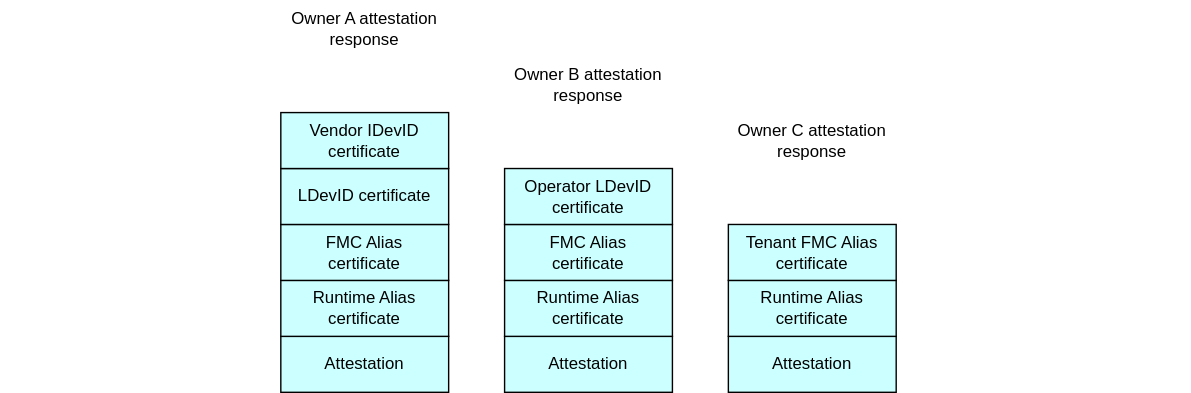
Earlier version of the draw.io export specifications/device-trust-anchor-management/diagrams/anchor_point_selection.drawio.svg (opencomputeproject/Security). Source tidied: cells renumbered, new cells last; positions are measured from the earlier drawing's top-left corner, leaving out a move shared by most shapes. Source of this version:
```xml
<mxGraphModel background="#ffffff">
  <root>
    <mxCell id="0" />
    <mxCell id="1" parent="0" />
    <mxCell id="2" style="rounded=0;whiteSpace=wrap;html=1;align=center;verticalAlign=middle;shadow=0;glass=0;spacingLeft=0;spacingBottom=0;spacingTop=0;fillColor=#FFFFFF;fontSize=10;strokeColor=#FFFFFF;" parent="1" vertex="1">
      <mxGeometry y="30" width="90" height="20" as="geometry" />
    </mxCell>
    <mxCell id="3" style="rounded=0;whiteSpace=wrap;html=1;align=center;verticalAlign=middle;shadow=0;glass=0;spacingLeft=0;spacingBottom=0;spacingTop=0;fillColor=#FFFFFF;fontSize=10;strokeColor=#FFFFFF;" parent="1" vertex="1">
      <mxGeometry x="760" y="30" width="90" height="20" as="geometry" />
    </mxCell>
    <mxCell id="4" value="&lt;div&gt;&lt;font color=&quot;#000000&quot;&gt;Owner C attestation response&lt;/font&gt;&lt;/div&gt;" style="rounded=0;whiteSpace=wrap;html=1;align=center;verticalAlign=middle;shadow=0;glass=0;spacingLeft=0;spacingBottom=0;spacingTop=0;fillColor=none;strokeColor=none;" parent="1" vertex="1">
      <mxGeometry x="520" y="80" width="120" height="40" as="geometry" />
    </mxCell>
    <mxCell id="5" value="&lt;div&gt;&lt;font color=&quot;#000000&quot;&gt;Attestation&lt;/font&gt;&lt;/div&gt;" style="rounded=0;whiteSpace=wrap;html=1;align=center;verticalAlign=middle;shadow=0;glass=0;spacingLeft=0;spacingBottom=0;spacingTop=0;fillColor=#CCFFFF;" parent="1" vertex="1">
      <mxGeometry x="520" y="240" width="120" height="40" as="geometry" />
    </mxCell>
    <mxCell id="6" value="&lt;div&gt;&lt;font color=&quot;#000000&quot;&gt;Runtime Alias&lt;/font&gt;&lt;/div&gt;&lt;div&gt;&lt;font color=&quot;#000000&quot;&gt;certificate&lt;/font&gt;&lt;/div&gt;" style="rounded=0;whiteSpace=wrap;html=1;align=center;verticalAlign=middle;shadow=0;glass=0;spacingLeft=0;spacingBottom=0;spacingTop=0;fillColor=#CCFFFF;" parent="1" vertex="1">
      <mxGeometry x="520" y="200" width="120" height="40" as="geometry" />
    </mxCell>
    <mxCell id="7" value="&lt;div&gt;&lt;font color=&quot;#000000&quot;&gt;Tenant FMC Alias&lt;/font&gt;&lt;/div&gt;&lt;div&gt;certificate&lt;/div&gt;" style="rounded=0;whiteSpace=wrap;html=1;align=center;verticalAlign=middle;shadow=0;glass=0;spacingLeft=0;spacingBottom=0;spacingTop=0;fillColor=#CCFFFF;" parent="1" vertex="1">
      <mxGeometry x="520" y="160" width="120" height="40" as="geometry" />
    </mxCell>
    <mxCell id="8" value="&lt;div&gt;&lt;font color=&quot;#000000&quot;&gt;Owner B attestation response&lt;/font&gt;&lt;/div&gt;" style="rounded=0;whiteSpace=wrap;html=1;align=center;verticalAlign=middle;shadow=0;glass=0;spacingLeft=0;spacingBottom=0;spacingTop=0;fillColor=none;strokeColor=none;" parent="1" vertex="1">
      <mxGeometry x="360" y="40" width="120" height="40" as="geometry" />
    </mxCell>
    <mxCell id="9" value="&lt;div&gt;&lt;font color=&quot;#000000&quot;&gt;Attestation&lt;/font&gt;&lt;/div&gt;" style="rounded=0;whiteSpace=wrap;html=1;align=center;verticalAlign=middle;shadow=0;glass=0;spacingLeft=0;spacingBottom=0;spacingTop=0;fillColor=#CCFFFF;" parent="1" vertex="1">
      <mxGeometry x="360" y="240" width="120" height="40" as="geometry" />
    </mxCell>
    <mxCell id="10" value="&lt;div&gt;&lt;font color=&quot;#000000&quot;&gt;Runtime Alias&lt;/font&gt;&lt;/div&gt;&lt;div&gt;&lt;font color=&quot;#000000&quot;&gt;certificate&lt;/font&gt;&lt;/div&gt;" style="rounded=0;whiteSpace=wrap;html=1;align=center;verticalAlign=middle;shadow=0;glass=0;spacingLeft=0;spacingBottom=0;spacingTop=0;fillColor=#CCFFFF;" parent="1" vertex="1">
      <mxGeometry x="360" y="200" width="120" height="40" as="geometry" />
    </mxCell>
    <mxCell id="11" value="&lt;div&gt;&lt;font color=&quot;#000000&quot;&gt;FMC Alias&lt;/font&gt;&lt;/div&gt;&lt;div&gt;&lt;font color=&quot;#000000&quot;&gt;certificate&lt;/font&gt;&lt;/div&gt;" style="rounded=0;whiteSpace=wrap;html=1;align=center;verticalAlign=middle;shadow=0;glass=0;spacingLeft=0;spacingBottom=0;spacingTop=0;fillColor=#CCFFFF;" parent="1" vertex="1">
      <mxGeometry x="360" y="160" width="120" height="40" as="geometry" />
    </mxCell>
    <mxCell id="12" value="&lt;div&gt;&lt;font color=&quot;#000000&quot;&gt;Operator LDevID certificate&lt;/font&gt;&lt;/div&gt;" style="rounded=0;whiteSpace=wrap;html=1;align=center;verticalAlign=middle;shadow=0;glass=0;spacingLeft=0;spacingBottom=0;spacingTop=0;fillColor=#CCFFFF;" parent="1" vertex="1">
      <mxGeometry x="360" y="120" width="120" height="40" as="geometry" />
    </mxCell>
    <mxCell id="13" value="&lt;div&gt;&lt;font color=&quot;#000000&quot;&gt;Attestation&lt;/font&gt;&lt;/div&gt;" style="rounded=0;whiteSpace=wrap;html=1;align=center;verticalAlign=middle;shadow=0;glass=0;spacingLeft=0;spacingBottom=0;spacingTop=0;fillColor=#CCFFFF;" parent="1" vertex="1">
      <mxGeometry x="200" y="240" width="120" height="40" as="geometry" />
    </mxCell>
    <mxCell id="14" value="&lt;div&gt;&lt;font color=&quot;#000000&quot;&gt;Runtime Alias&lt;/font&gt;&lt;/div&gt;&lt;div&gt;&lt;font color=&quot;#000000&quot;&gt;certificate&lt;/font&gt;&lt;/div&gt;" style="rounded=0;whiteSpace=wrap;html=1;align=center;verticalAlign=middle;shadow=0;glass=0;spacingLeft=0;spacingBottom=0;spacingTop=0;fillColor=#CCFFFF;" parent="1" vertex="1">
      <mxGeometry x="200" y="200" width="120" height="40" as="geometry" />
    </mxCell>
    <mxCell id="15" value="&lt;div&gt;&lt;font color=&quot;#000000&quot;&gt;FMC Alias&lt;/font&gt;&lt;/div&gt;&lt;div&gt;&lt;font color=&quot;#000000&quot;&gt;certificate&lt;/font&gt;&lt;/div&gt;" style="rounded=0;whiteSpace=wrap;html=1;align=center;verticalAlign=middle;shadow=0;glass=0;spacingLeft=0;spacingBottom=0;spacingTop=0;fillColor=#CCFFFF;" parent="1" vertex="1">
      <mxGeometry x="200" y="160" width="120" height="40" as="geometry" />
    </mxCell>
    <mxCell id="16" value="&lt;div&gt;&lt;font color=&quot;#000000&quot;&gt;LDevID certificate&lt;/font&gt;&lt;/div&gt;" style="rounded=0;whiteSpace=wrap;html=1;align=center;verticalAlign=middle;shadow=0;glass=0;spacingLeft=0;spacingBottom=0;spacingTop=0;fillColor=#CCFFFF;" parent="1" vertex="1">
      <mxGeometry x="200" y="120" width="120" height="40" as="geometry" />
    </mxCell>
    <mxCell id="17" value="&lt;div&gt;&lt;font color=&quot;#000000&quot;&gt;Vendor IDevID&amp;nbsp;&lt;/font&gt;&lt;span style=&quot;background-color: transparent;&quot;&gt;certificate&lt;/span&gt;&lt;/div&gt;" style="rounded=0;whiteSpace=wrap;html=1;align=center;verticalAlign=middle;shadow=0;glass=0;spacingLeft=0;spacingBottom=0;spacingTop=0;fillColor=#CCFFFF;" parent="1" vertex="1">
      <mxGeometry x="200" y="80" width="120" height="40" as="geometry" />
    </mxCell>
    <mxCell id="18" value="&lt;div&gt;&lt;font color=&quot;#000000&quot;&gt;Owner A attestation response&lt;/font&gt;&lt;/div&gt;" style="rounded=0;whiteSpace=wrap;html=1;align=center;verticalAlign=middle;shadow=0;glass=0;spacingLeft=0;spacingBottom=0;spacingTop=0;fillColor=none;strokeColor=none;" parent="1" vertex="1">
      <mxGeometry x="200" width="120" height="40" as="geometry" />
    </mxCell>
  </root>
</mxGraphModel>
```
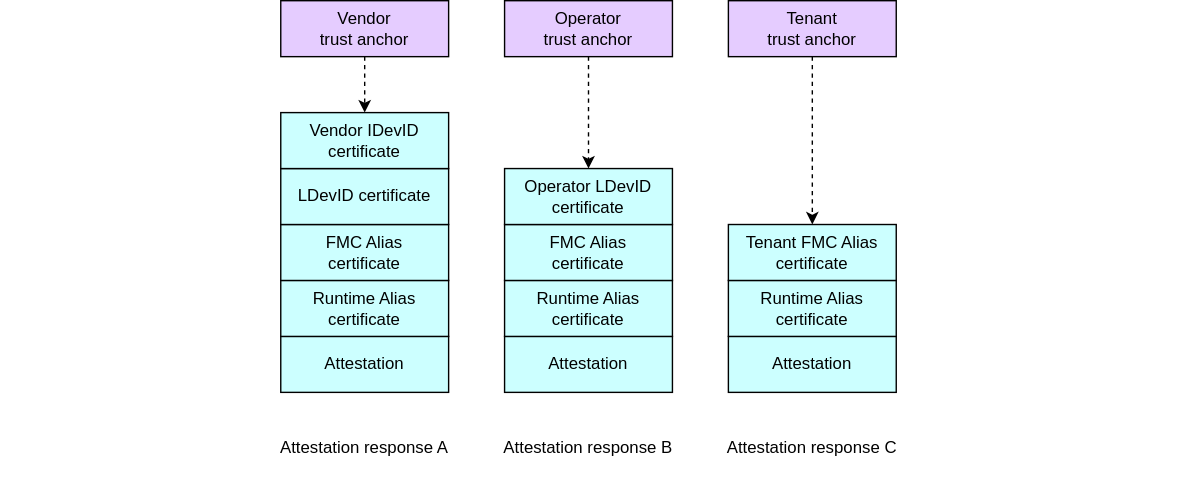
After the change.

Commit message:
Change "device owner" to "trust domain owner"

The edit, as a diff of the source:
```diff
@@ -8,9 +8,6 @@
     <mxCell id="3" style="rounded=0;whiteSpace=wrap;html=1;align=center;verticalAlign=middle;shadow=0;glass=0;spacingLeft=0;spacingBottom=0;spacingTop=0;fillColor=#FFFFFF;fontSize=10;strokeColor=#FFFFFF;" parent="1" vertex="1">
       <mxGeometry x="760" y="30" width="90" height="20" as="geometry" />
     </mxCell>
-    <mxCell id="4" value="&lt;div&gt;&lt;font color=&quot;#000000&quot;&gt;Owner C attestation response&lt;/font&gt;&lt;/div&gt;" style="rounded=0;whiteSpace=wrap;html=1;align=center;verticalAlign=middle;shadow=0;glass=0;spacingLeft=0;spacingBottom=0;spacingTop=0;fillColor=none;strokeColor=none;" parent="1" vertex="1">
-      <mxGeometry x="520" y="80" width="120" height="40" as="geometry" />
-    </mxCell>
     <mxCell id="5" value="&lt;div&gt;&lt;font color=&quot;#000000&quot;&gt;Attestation&lt;/font&gt;&lt;/div&gt;" style="rounded=0;whiteSpace=wrap;html=1;align=center;verticalAlign=middle;shadow=0;glass=0;spacingLeft=0;spacingBottom=0;spacingTop=0;fillColor=#CCFFFF;" parent="1" vertex="1">
       <mxGeometry x="520" y="240" width="120" height="40" as="geometry" />
     </mxCell>
@@ -20,9 +17,6 @@
     <mxCell id="7" value="&lt;div&gt;&lt;font color=&quot;#000000&quot;&gt;Tenant FMC Alias&lt;/font&gt;&lt;/div&gt;&lt;div&gt;certificate&lt;/div&gt;" style="rounded=0;whiteSpace=wrap;html=1;align=center;verticalAlign=middle;shadow=0;glass=0;spacingLeft=0;spacingBottom=0;spacingTop=0;fillColor=#CCFFFF;" parent="1" vertex="1">
       <mxGeometry x="520" y="160" width="120" height="40" as="geometry" />
     </mxCell>
-    <mxCell id="8" value="&lt;div&gt;&lt;font color=&quot;#000000&quot;&gt;Owner B attestation response&lt;/font&gt;&lt;/div&gt;" style="rounded=0;whiteSpace=wrap;html=1;align=center;verticalAlign=middle;shadow=0;glass=0;spacingLeft=0;spacingBottom=0;spacingTop=0;fillColor=none;strokeColor=none;" parent="1" vertex="1">
-      <mxGeometry x="360" y="40" width="120" height="40" as="geometry" />
-    </mxCell>
     <mxCell id="9" value="&lt;div&gt;&lt;font color=&quot;#000000&quot;&gt;Attestation&lt;/font&gt;&lt;/div&gt;" style="rounded=0;whiteSpace=wrap;html=1;align=center;verticalAlign=middle;shadow=0;glass=0;spacingLeft=0;spacingBottom=0;spacingTop=0;fillColor=#CCFFFF;" parent="1" vertex="1">
       <mxGeometry x="360" y="240" width="120" height="40" as="geometry" />
     </mxCell>
@@ -50,8 +44,32 @@
     <mxCell id="17" value="&lt;div&gt;&lt;font color=&quot;#000000&quot;&gt;Vendor IDevID&amp;nbsp;&lt;/font&gt;&lt;span style=&quot;background-color: transparent;&quot;&gt;certificate&lt;/span&gt;&lt;/div&gt;" style="rounded=0;whiteSpace=wrap;html=1;align=center;verticalAlign=middle;shadow=0;glass=0;spacingLeft=0;spacingBottom=0;spacingTop=0;fillColor=#CCFFFF;" parent="1" vertex="1">
       <mxGeometry x="200" y="80" width="120" height="40" as="geometry" />
     </mxCell>
-    <mxCell id="18" value="&lt;div&gt;&lt;font color=&quot;#000000&quot;&gt;Owner A attestation response&lt;/font&gt;&lt;/div&gt;" style="rounded=0;whiteSpace=wrap;html=1;align=center;verticalAlign=middle;shadow=0;glass=0;spacingLeft=0;spacingBottom=0;spacingTop=0;fillColor=none;strokeColor=none;" parent="1" vertex="1">
-      <mxGeometry x="200" width="120" height="40" as="geometry" />
+    <mxCell id="18" value="&lt;div&gt;&lt;font color=&quot;#000000&quot;&gt;Attestation&amp;nbsp;&lt;/font&gt;&lt;span style=&quot;background-color: transparent;&quot;&gt;response A&lt;/span&gt;&lt;/div&gt;" style="rounded=0;whiteSpace=wrap;html=1;align=center;verticalAlign=middle;shadow=0;glass=0;spacingLeft=0;spacingBottom=0;spacingTop=0;fillColor=none;strokeColor=none;" parent="1" vertex="1">
+      <mxGeometry x="190" y="300" width="140" height="40" as="geometry" />
     </mxCell>
+    <mxCell id="19" style="edgeStyle=none;html=1;exitX=0.5;exitY=1;exitDx=0;exitDy=0;entryX=0.5;entryY=0;entryDx=0;entryDy=0;dashed=1;" parent="1" edge="1" source="20" target="17">
+      <mxGeometry relative="1" as="geometry" />
+    </mxCell>
+    <mxCell id="20" value="Vendor&lt;div&gt;trust anchor&lt;/div&gt;" style="rounded=0;whiteSpace=wrap;html=1;align=center;verticalAlign=middle;shadow=0;glass=0;spacingLeft=0;spacingBottom=0;spacingTop=0;fillColor=#E5CCFF;" parent="1" vertex="1">
+      <mxGeometry x="200" width="120" height="40" as="geometry" />
+    </mxCell>
+    <mxCell id="21" style="edgeStyle=none;html=1;exitX=0.5;exitY=1;exitDx=0;exitDy=0;entryX=0.5;entryY=0;entryDx=0;entryDy=0;dashed=1;" parent="1" edge="1" source="22" target="12">
+      <mxGeometry relative="1" as="geometry" />
+    </mxCell>
+    <mxCell id="22" value="Operator&lt;div&gt;trust anchor&lt;/div&gt;" style="rounded=0;whiteSpace=wrap;html=1;align=center;verticalAlign=middle;shadow=0;glass=0;spacingLeft=0;spacingBottom=0;spacingTop=0;fillColor=#E5CCFF;" parent="1" vertex="1">
+      <mxGeometry x="360" width="120" height="40" as="geometry" />
+    </mxCell>
+    <mxCell id="23" style="edgeStyle=none;html=1;exitX=0.5;exitY=1;exitDx=0;exitDy=0;entryX=0.5;entryY=0;entryDx=0;entryDy=0;dashed=1;" parent="1" edge="1" source="24" target="7">
+      <mxGeometry relative="1" as="geometry" />
+    </mxCell>
+    <mxCell id="24" value="Tenant&lt;br&gt;&lt;div&gt;trust anchor&lt;/div&gt;" style="rounded=0;whiteSpace=wrap;html=1;align=center;verticalAlign=middle;shadow=0;glass=0;spacingLeft=0;spacingBottom=0;spacingTop=0;fillColor=#E5CCFF;" parent="1" vertex="1">
+      <mxGeometry x="520" width="120" height="40" as="geometry" />
+    </mxCell>
+    <mxCell id="25" value="&lt;div&gt;&lt;font color=&quot;#000000&quot;&gt;Attestation&amp;nbsp;&lt;/font&gt;&lt;span style=&quot;background-color: transparent;&quot;&gt;response B&lt;/span&gt;&lt;/div&gt;" style="rounded=0;whiteSpace=wrap;html=1;align=center;verticalAlign=middle;shadow=0;glass=0;spacingLeft=0;spacingBottom=0;spacingTop=0;fillColor=none;strokeColor=none;" parent="1" vertex="1">
+      <mxGeometry x="350" y="300" width="140" height="40" as="geometry" />
+    </mxCell>
+    <mxCell id="26" value="&lt;div&gt;&lt;font color=&quot;#000000&quot;&gt;Attestation&amp;nbsp;&lt;/font&gt;&lt;span style=&quot;background-color: transparent;&quot;&gt;response C&lt;/span&gt;&lt;/div&gt;" style="rounded=0;whiteSpace=wrap;html=1;align=center;verticalAlign=middle;shadow=0;glass=0;spacingLeft=0;spacingBottom=0;spacingTop=0;fillColor=none;strokeColor=none;" parent="1" vertex="1">
+      <mxGeometry x="510" y="300" width="140" height="40" as="geometry" />
+    </mxCell>
   </root>
 </mxGraphModel>
```
